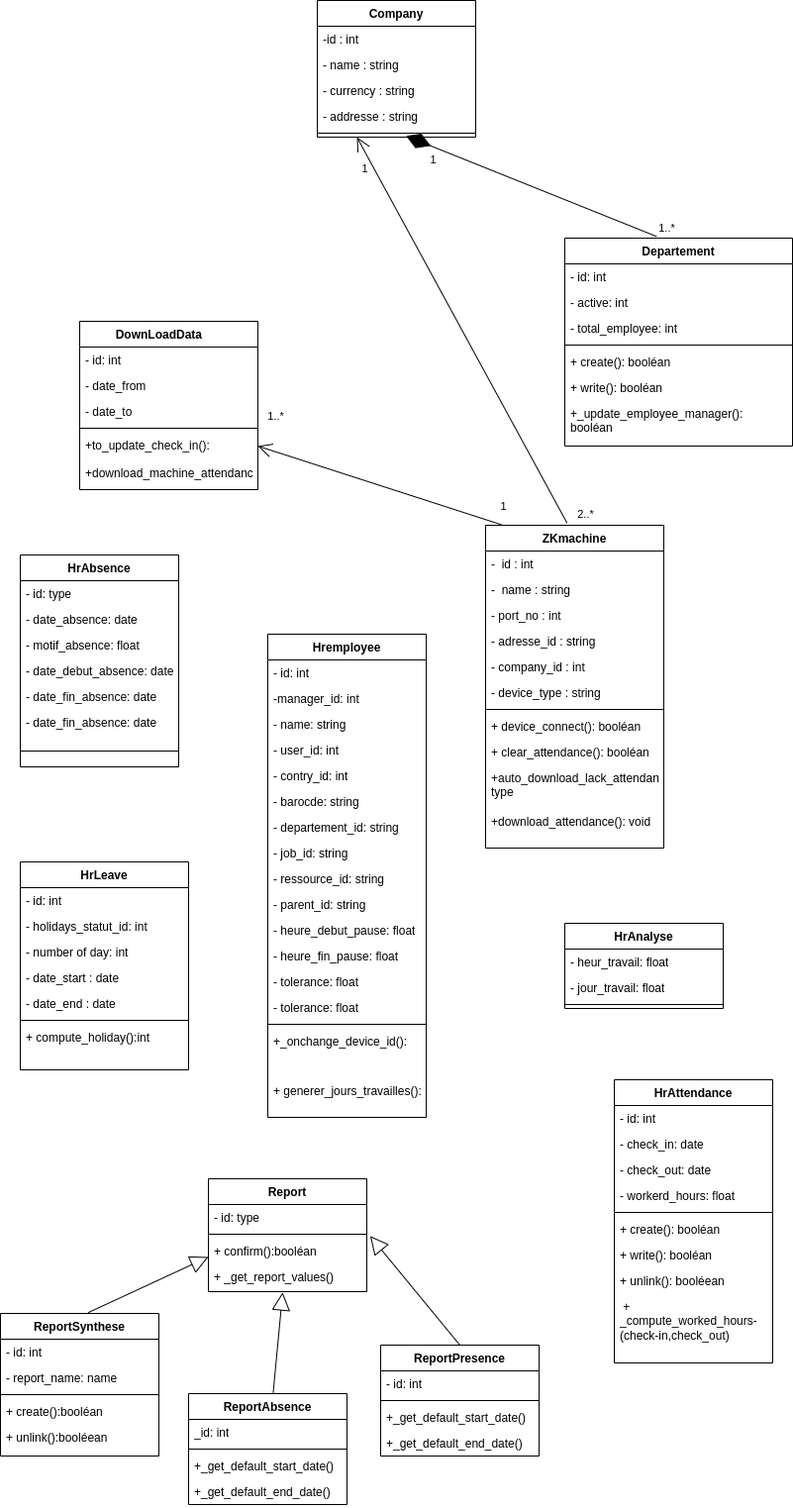
Before: static/Diagramme de classe.drawio.png, a diagram exported from draw.io (Siluearsene/borne_biometrique). Source tidied: cells renumbered, new cells last; positions are measured from the earlier drawing's top-left corner, leaving out a move shared by most shapes.
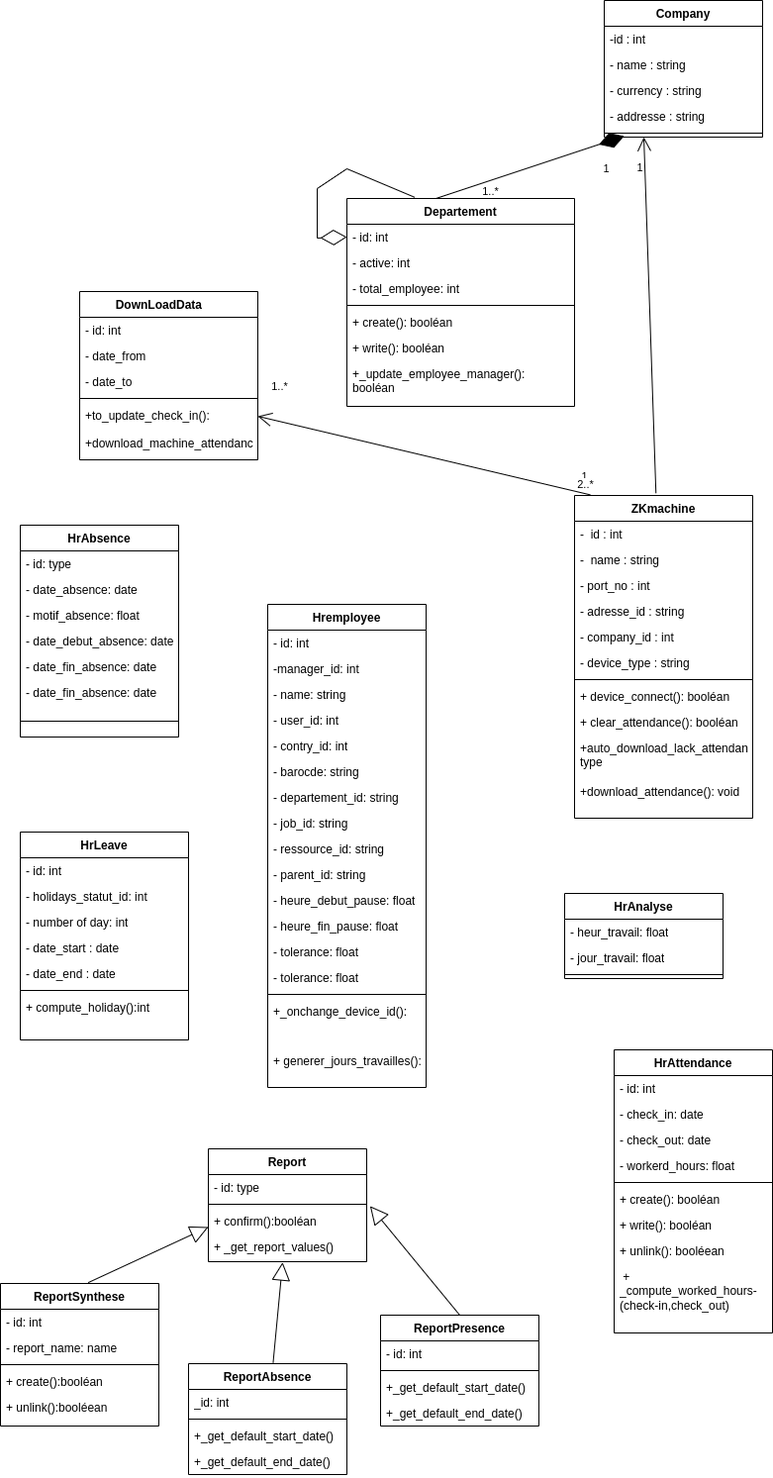
The same file after the commit.

Commit message:
Mettre à jour Diagramme de classe.drawio.png

What changed in the source:
```diff
@@ -27,7 +27,7 @@
       <mxGeometry y="182" width="160" height="32" as="geometry" />
     </mxCell>
     <mxCell id="10" value="ZKmachine" style="swimlane;fontStyle=1;align=center;verticalAlign=top;horizontal=1;startSize=26;whiteSpace=wrap;html=1;" parent="1" vertex="1">
-      <mxGeometry x="490" y="530" width="180" height="326" as="geometry" />
+      <mxGeometry x="580" y="530" width="180" height="326" as="geometry" />
     </mxCell>
     <mxCell id="11" value="-&amp;nbsp; id : int" style="text;strokeColor=none;fillColor=none;align=left;verticalAlign=top;spacingLeft=4;spacingRight=4;overflow=hidden;whiteSpace=wrap;html=1;" parent="10" vertex="1">
       <mxGeometry y="26" width="180" height="26" as="geometry" />
@@ -252,7 +252,7 @@
       <mxGeometry y="86" width="160" height="26" as="geometry" />
     </mxCell>
     <mxCell id="85" value="Departement" style="swimlane;fontStyle=1;align=center;verticalAlign=top;horizontal=1;startSize=26;whiteSpace=wrap;html=1;" parent="1" vertex="1">
-      <mxGeometry x="570" y="240" width="230" height="210" as="geometry" />
+      <mxGeometry x="350" y="230" width="230" height="210" as="geometry" />
     </mxCell>
     <mxCell id="86" value="- id: int" style="text;strokeColor=none;fillColor=none;align=left;verticalAlign=top;spacingLeft=4;spacingRight=4;overflow=hidden;points=[[0,0.5],[1,0.5]];portConstraint=eastwest;whiteSpace=wrap;html=1;" parent="85" vertex="1">
       <mxGeometry y="26" width="230" height="26" as="geometry" />
@@ -275,8 +275,17 @@
     <mxCell id="92" value="+_update_employee_manager&lt;span style=&quot;background-color: initial;&quot;&gt;(): booléan&lt;/span&gt;" style="text;strokeColor=none;fillColor=none;align=left;verticalAlign=top;spacingLeft=4;spacingRight=4;overflow=hidden;whiteSpace=wrap;html=1;" parent="85" vertex="1">
       <mxGeometry y="164" width="230" height="46" as="geometry" />
     </mxCell>
+    <mxCell id="116" style="endArrow=diamondThin;endFill=0;endSize=24;html=1;rounded=0;entryX=0;entryY=0.5;entryDx=0;entryDy=0;exitX=0.297;exitY=-0.006;exitDx=0;exitDy=0;exitPerimeter=0;" parent="85" edge="1" source="85" target="86">
+      <mxGeometry relative="1" as="geometry">
+        <Array as="points">
+          <mxPoint y="-30" />
+          <mxPoint x="-30" y="-10" />
+          <mxPoint x="-30" y="40" />
+        </Array>
+      </mxGeometry>
+    </mxCell>
     <mxCell id="93" value="Company" style="swimlane;fontStyle=1;align=center;verticalAlign=top;horizontal=1;startSize=26;whiteSpace=wrap;html=1;" parent="1" vertex="1">
-      <mxGeometry x="320" width="160" height="138" as="geometry" />
+      <mxGeometry x="610" y="30" width="160" height="138" as="geometry" />
     </mxCell>
     <mxCell id="94" value="-id : int" style="text;strokeColor=none;fillColor=none;align=left;verticalAlign=top;spacingLeft=4;spacingRight=4;overflow=hidden;whiteSpace=wrap;html=1;" parent="93" vertex="1">
       <mxGeometry y="26" width="160" height="26" as="geometry" />
@@ -317,8 +326,10 @@
     <mxCell id="106" style="endArrow=block;endSize=16;endFill=0;html=1;rounded=0;entryX=0.469;entryY=1.021;entryDx=0;entryDy=0;entryPerimeter=0;exitX=0.534;exitY=-0.007;exitDx=0;exitDy=0;exitPerimeter=0;" parent="1" edge="1" source="80" target="103">
       <mxGeometry relative="1" as="geometry" />
     </mxCell>
-    <mxCell id="107" style="endArrow=diamondThin;endFill=1;endSize=24;html=1;rounded=0;entryX=0.56;entryY=0.85;entryDx=0;entryDy=0;entryPerimeter=0;exitX=0.403;exitY=-0.008;exitDx=0;exitDy=0;exitPerimeter=0;" parent="1" edge="1" source="85" target="98">
-      <mxGeometry relative="1" as="geometry" />
+    <mxCell id="107" style="endArrow=diamondThin;endFill=1;endSize=24;html=1;rounded=0;entryX=0.126;entryY=0.875;entryDx=0;entryDy=0;entryPerimeter=0;" parent="1" edge="1" target="98">
+      <mxGeometry relative="1" as="geometry">
+        <mxPoint x="440" y="230" as="sourcePoint" />
+      </mxGeometry>
     </mxCell>
     <mxCell id="108" value="1" style="edgeLabel;html=1;align=center;verticalAlign=middle;" parent="107" vertex="1">
       <mxGeometry x="0.8" y="-7" relative="1" as="geometry">
```
